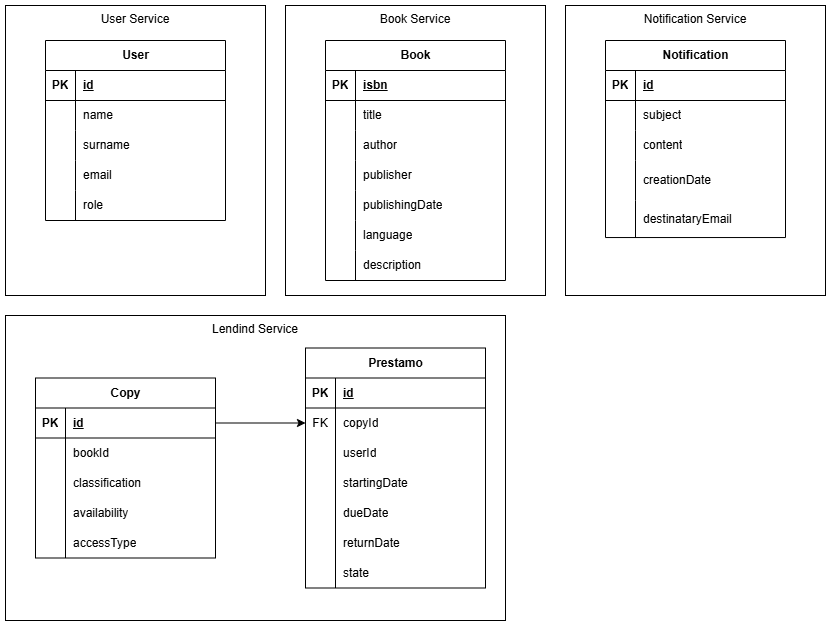
Earlier version of the draw.io export Docs/entities.drawio.png (JavierGHDev/library-microservices). Source tidied: cells renumbered, new cells last; positions are measured from the earlier drawing's top-left corner, leaving out a move shared by most shapes.
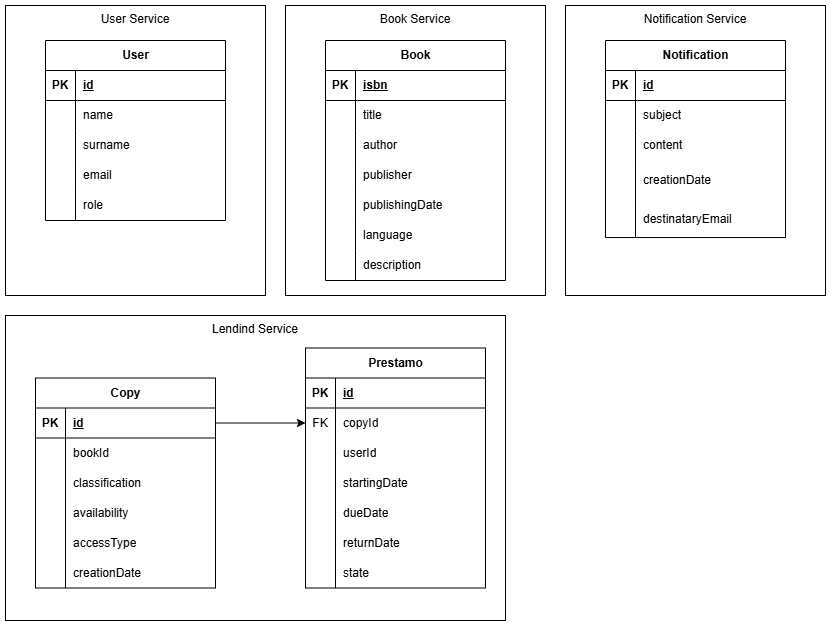
After the commit.

Change to the diagram source:
```diff
@@ -9,7 +9,7 @@
       <mxGeometry width="500" height="305" as="geometry" />
     </mxCell>
     <mxCell id="4" value="Copy" style="shape=table;startSize=30;rowLines=0;fontStyle=1;align=center;html=1;" parent="2" vertex="1">
-      <mxGeometry x="30" y="62.5" width="180" height="180" as="geometry" />
+      <mxGeometry x="30" y="62.5" width="180" height="210" as="geometry" />
     </mxCell>
     <mxCell id="5" style="shape=tableRow;horizontal=0;startSize=0;swimlaneHead=0;swimlaneBody=0;fillColor=none;points=[[0,0.5],[1,0.5]];portConstraint=eastwest;top=0;left=0;right=0;bottom=1;" parent="4" vertex="1">
       <mxGeometry y="30" width="180" height="30" as="geometry" />
@@ -56,6 +56,15 @@
     <mxCell id="19" value="accessType" style="shape=partialRectangle;fillColor=none;top=0;left=0;bottom=0;right=0;align=left;spacingLeft=6;overflow=hidden;whiteSpace=wrap;html=1;" parent="17" vertex="1">
       <mxGeometry x="30" width="150" height="30" as="geometry" />
     </mxCell>
+    <mxCell id="103" style="shape=tableRow;horizontal=0;startSize=0;swimlaneHead=0;swimlaneBody=0;fillColor=none;top=0;left=0;right=0;bottom=0;" parent="4" vertex="1">
+      <mxGeometry y="180" width="180" height="30" as="geometry" />
+    </mxCell>
+    <mxCell id="104" style="shape=partialRectangle;fillColor=none;top=0;left=0;bottom=0;right=0;overflow=hidden;whiteSpace=wrap;html=1;" parent="103" vertex="1">
+      <mxGeometry width="30" height="30" as="geometry" />
+    </mxCell>
+    <mxCell id="105" value="creationDate" style="shape=partialRectangle;fillColor=none;top=0;left=0;bottom=0;right=0;align=left;spacingLeft=6;overflow=hidden;whiteSpace=wrap;html=1;" parent="103" vertex="1">
+      <mxGeometry x="30" width="150" height="30" as="geometry" />
+    </mxCell>
     <mxCell id="20" value="Prestamo" style="shape=table;startSize=30;rowLines=0;fontStyle=1;align=center;html=1;" parent="2" vertex="1">
       <mxGeometry x="300" y="32.5" width="180" height="240" as="geometry" />
     </mxCell>
```
